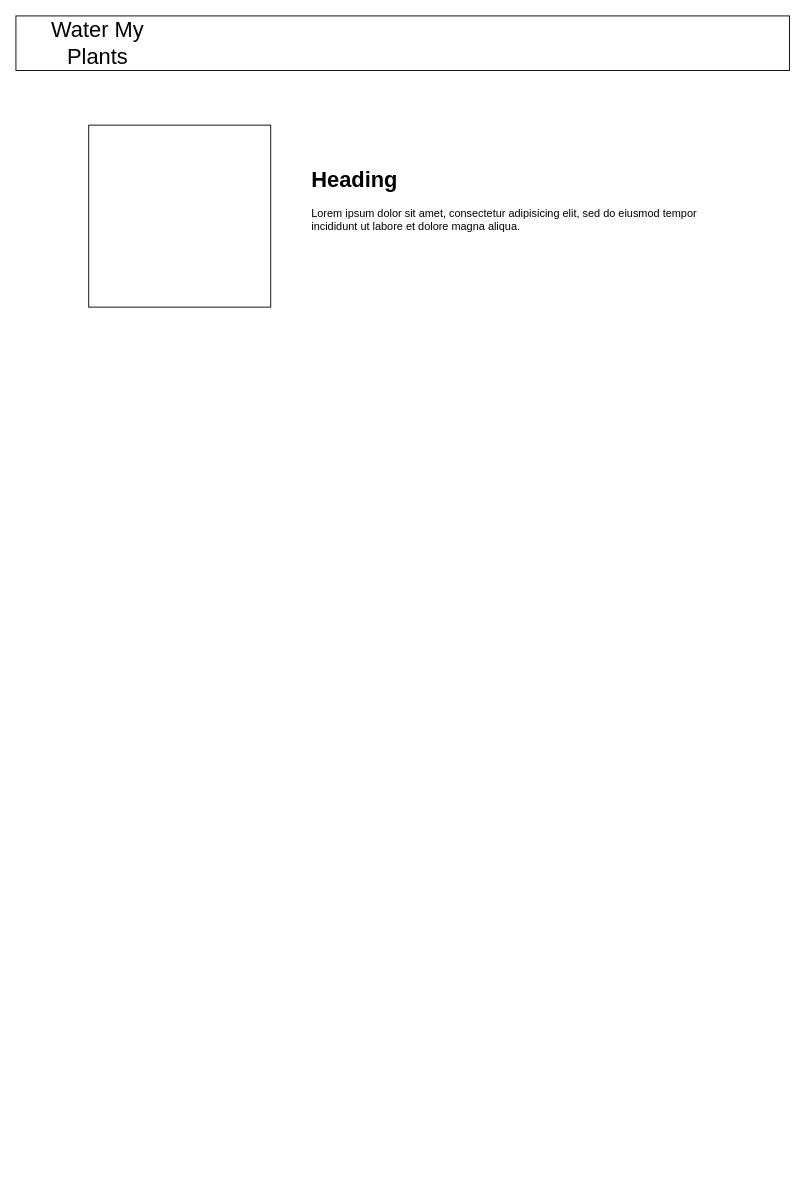
The draw.io diagram page "Plants" (5 of 7) of Diagram.drawio in Build-Week-watermyplants-4/front-end, before the edit. Source tidied: cells renumbered, new cells numbered last; positions are measured from the earlier drawing's top-left corner, leaving out a move shared by most shapes. Both pictures are drawn from the tidied source at 91%, with x=0, y=0 at pixel (15, 15).
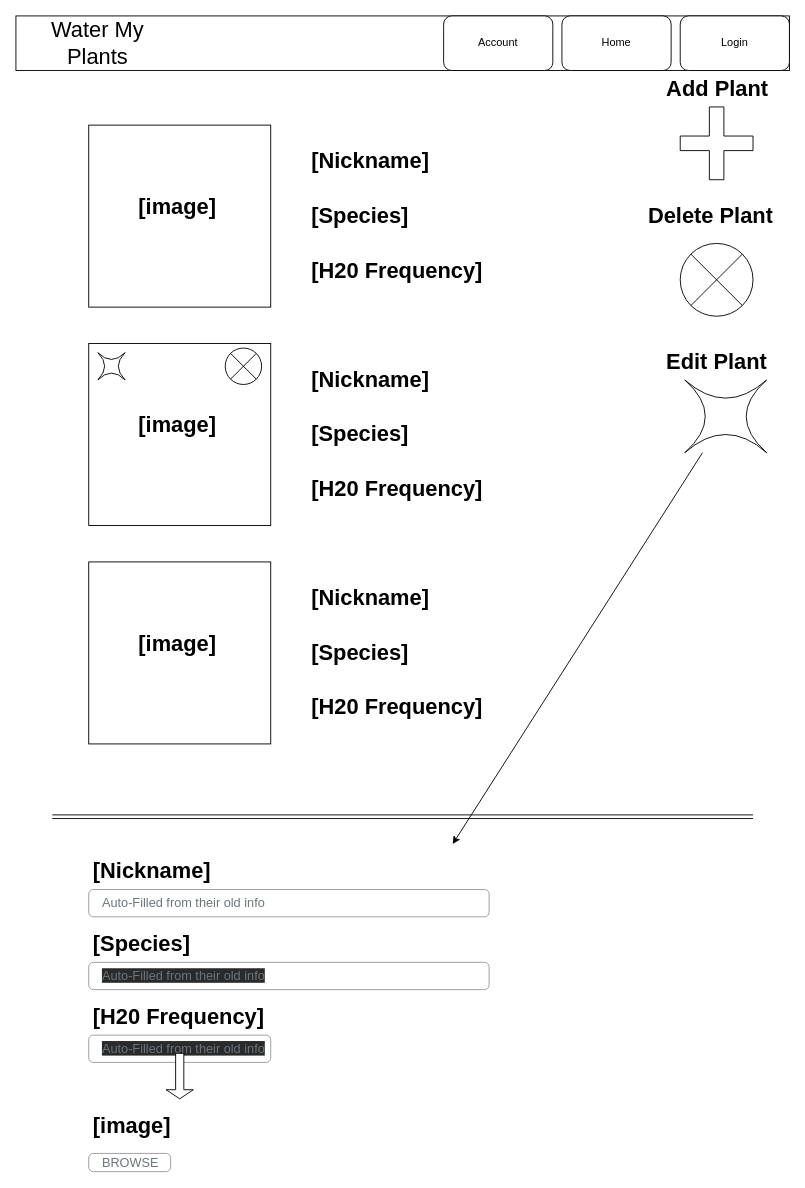
The same page after the edit.

Change to the diagram source:
```diff
@@
-    <mxCell id="5" value="&lt;h1&gt;Heading&lt;/h1&gt;&lt;p&gt;Lorem ipsum dolor sit amet, consectetur adipisicing elit, sed do eiusmod tempor incididunt ut labore et dolore magna aliqua.&lt;/p&gt;" style="text;html=1;strokeColor=none;fillColor=none;spacing=5;spacingTop=-20;whiteSpace=wrap;overflow=hidden;rounded=0;" parent="1" vertex="1">
-      <mxGeometry x="320" y="160" width="440" height="370" as="geometry" />
+    <mxCell id="5" value="&lt;h1&gt;[Nickname]&lt;/h1&gt;" style="text;html=1;strokeColor=none;fillColor=none;spacing=5;spacingTop=-20;whiteSpace=wrap;overflow=hidden;rounded=0;" parent="1" vertex="1">
+      <mxGeometry x="320" y="140" width="140" height="40" as="geometry" />
     </mxCell>
+    <mxCell id="6" value="&lt;h1&gt;[Species]&lt;/h1&gt;" style="text;html=1;strokeColor=none;fillColor=none;spacing=5;spacingTop=-20;whiteSpace=wrap;overflow=hidden;rounded=0;" parent="1" vertex="1">
+      <mxGeometry x="320" y="200" width="140" height="40" as="geometry" />
+    </mxCell>
+    <mxCell id="7" value="&lt;h1&gt;[H20 Frequency]&lt;/h1&gt;" style="text;html=1;strokeColor=none;fillColor=none;spacing=5;spacingTop=-20;whiteSpace=wrap;overflow=hidden;rounded=0;" parent="1" vertex="1">
+      <mxGeometry x="320" y="260" width="200" height="40" as="geometry" />
+    </mxCell>
+    <mxCell id="8" value="&lt;h1&gt;[image]&lt;/h1&gt;" style="text;html=1;strokeColor=none;fillColor=none;spacing=5;spacingTop=-20;whiteSpace=wrap;overflow=hidden;rounded=0;" parent="1" vertex="1">
+      <mxGeometry x="130" y="190" width="140" height="40" as="geometry" />
+    </mxCell>
+    <mxCell id="9" style="shape=cross;whiteSpace=wrap;html=1;fontSize=10;" parent="1" vertex="1">
+      <mxGeometry x="730" y="100" width="80" height="80" as="geometry" />
+    </mxCell>
+    <mxCell id="10" value="&lt;h1&gt;Add Plant&lt;/h1&gt;" style="text;html=1;strokeColor=none;fillColor=none;spacing=5;spacingTop=-20;whiteSpace=wrap;overflow=hidden;rounded=0;" parent="1" vertex="1">
+      <mxGeometry x="710" y="60" width="140" height="40" as="geometry" />
+    </mxCell>
+    <mxCell id="11" style="shape=sumEllipse;perimeter=ellipsePerimeter;whiteSpace=wrap;html=1;backgroundOutline=1;fontSize=10;" parent="1" vertex="1">
+      <mxGeometry x="730" y="250" width="80" height="80" as="geometry" />
+    </mxCell>
+    <mxCell id="12" value="&lt;h1&gt;Delete Plant&lt;/h1&gt;" style="text;html=1;strokeColor=none;fillColor=none;spacing=5;spacingTop=-20;whiteSpace=wrap;overflow=hidden;rounded=0;" parent="1" vertex="1">
+      <mxGeometry x="690" y="200" width="160" height="40" as="geometry" />
+    </mxCell>
+    <mxCell id="13" style="shape=switch;whiteSpace=wrap;html=1;fontSize=10;" parent="1" vertex="1">
+      <mxGeometry x="735" y="400" width="90" height="80" as="geometry" />
+    </mxCell>
+    <mxCell id="14" value="&lt;h1&gt;Edit Plant&lt;/h1&gt;" style="text;html=1;strokeColor=none;fillColor=none;spacing=5;spacingTop=-20;whiteSpace=wrap;overflow=hidden;rounded=0;" parent="1" vertex="1">
+      <mxGeometry x="710" y="360" width="135" height="40" as="geometry" />
+    </mxCell>
+    <mxCell id="15" style="whiteSpace=wrap;html=1;" parent="1" vertex="1">
+      <mxGeometry x="80" y="360" width="200" height="200" as="geometry" />
+    </mxCell>
+    <mxCell id="16" value="&lt;h1&gt;[Nickname]&lt;/h1&gt;" style="text;html=1;strokeColor=none;fillColor=none;spacing=5;spacingTop=-20;whiteSpace=wrap;overflow=hidden;rounded=0;" parent="1" vertex="1">
+      <mxGeometry x="320" y="380" width="140" height="40" as="geometry" />
+    </mxCell>
+    <mxCell id="17" value="&lt;h1&gt;[Species]&lt;/h1&gt;" style="text;html=1;strokeColor=none;fillColor=none;spacing=5;spacingTop=-20;whiteSpace=wrap;overflow=hidden;rounded=0;" parent="1" vertex="1">
+      <mxGeometry x="320" y="440" width="140" height="40" as="geometry" />
+    </mxCell>
+    <mxCell id="18" value="&lt;h1&gt;[H20 Frequency]&lt;/h1&gt;" style="text;html=1;strokeColor=none;fillColor=none;spacing=5;spacingTop=-20;whiteSpace=wrap;overflow=hidden;rounded=0;" parent="1" vertex="1">
+      <mxGeometry x="320" y="500" width="200" height="40" as="geometry" />
+    </mxCell>
+    <mxCell id="19" value="&lt;h1&gt;[image]&lt;/h1&gt;" style="text;html=1;strokeColor=none;fillColor=none;spacing=5;spacingTop=-20;whiteSpace=wrap;overflow=hidden;rounded=0;" parent="1" vertex="1">
+      <mxGeometry x="130" y="430" width="140" height="40" as="geometry" />
+    </mxCell>
+    <mxCell id="20" style="whiteSpace=wrap;html=1;" parent="1" vertex="1">
+      <mxGeometry x="80" y="600" width="200" height="200" as="geometry" />
+    </mxCell>
+    <mxCell id="21" value="&lt;h1&gt;[Nickname]&lt;/h1&gt;" style="text;html=1;strokeColor=none;fillColor=none;spacing=5;spacingTop=-20;whiteSpace=wrap;overflow=hidden;rounded=0;" parent="1" vertex="1">
+      <mxGeometry x="320" y="620" width="140" height="40" as="geometry" />
+    </mxCell>
+    <mxCell id="22" value="&lt;h1&gt;[Species]&lt;/h1&gt;" style="text;html=1;strokeColor=none;fillColor=none;spacing=5;spacingTop=-20;whiteSpace=wrap;overflow=hidden;rounded=0;" parent="1" vertex="1">
+      <mxGeometry x="320" y="680" width="140" height="40" as="geometry" />
+    </mxCell>
+    <mxCell id="23" value="&lt;h1&gt;[H20 Frequency]&lt;/h1&gt;" style="text;html=1;strokeColor=none;fillColor=none;spacing=5;spacingTop=-20;whiteSpace=wrap;overflow=hidden;rounded=0;" parent="1" vertex="1">
+      <mxGeometry x="320" y="740" width="200" height="40" as="geometry" />
+    </mxCell>
+    <mxCell id="24" value="&lt;h1&gt;[image]&lt;/h1&gt;" style="text;html=1;strokeColor=none;fillColor=none;spacing=5;spacingTop=-20;whiteSpace=wrap;overflow=hidden;rounded=0;" parent="1" vertex="1">
+      <mxGeometry x="130" y="670" width="140" height="40" as="geometry" />
+    </mxCell>
+    <mxCell id="25" style="shape=switch;whiteSpace=wrap;html=1;fontSize=10;" parent="1" vertex="1">
+      <mxGeometry x="90" y="370" width="30" height="30" as="geometry" />
+    </mxCell>
+    <mxCell id="26" style="shape=sumEllipse;perimeter=ellipsePerimeter;whiteSpace=wrap;html=1;backgroundOutline=1;fontSize=10;" parent="1" vertex="1">
+      <mxGeometry x="230" y="365" width="40" height="40" as="geometry" />
+    </mxCell>
+    <mxCell id="27" value="&lt;h1&gt;[Nickname]&lt;/h1&gt;" style="text;html=1;strokeColor=none;fillColor=none;spacing=5;spacingTop=-20;whiteSpace=wrap;overflow=hidden;rounded=0;" parent="1" vertex="1">
+      <mxGeometry x="80" y="920" width="140" height="40" as="geometry" />
+    </mxCell>
+    <mxCell id="28" value="&lt;h1&gt;[Species]&lt;/h1&gt;" style="text;html=1;strokeColor=none;fillColor=none;spacing=5;spacingTop=-20;whiteSpace=wrap;overflow=hidden;rounded=0;" parent="1" vertex="1">
+      <mxGeometry x="80" y="1000" width="140" height="40" as="geometry" />
+    </mxCell>
+    <mxCell id="29" value="&lt;h1&gt;[H20 Frequency]&lt;/h1&gt;" style="text;html=1;strokeColor=none;fillColor=none;spacing=5;spacingTop=-20;whiteSpace=wrap;overflow=hidden;rounded=0;" parent="1" vertex="1">
+      <mxGeometry x="80" y="1080" width="200" height="40" as="geometry" />
+    </mxCell>
+    <mxCell id="30" value="&lt;h1&gt;[image]&lt;/h1&gt;" style="text;html=1;strokeColor=none;fillColor=none;spacing=5;spacingTop=-20;whiteSpace=wrap;overflow=hidden;rounded=0;" parent="1" vertex="1">
+      <mxGeometry x="80" y="1200" width="100" height="40" as="geometry" />
+    </mxCell>
+    <mxCell id="31" value="Auto-Filled from their old info" style="html=1;shadow=0;dashed=0;shape=mxgraph.bootstrap.rrect;rSize=5;fillColor=none;strokeColor=#999999;align=left;spacing=15;fontSize=14;fontColor=#6C767D;" parent="1" vertex="1">
+      <mxGeometry x="80" y="960" width="440" height="30" as="geometry" />
+    </mxCell>
+    <mxCell id="32" value="&#10;&#10;&lt;span style=&quot;color: rgb(108, 118, 125); font-family: helvetica; font-size: 14px; font-style: normal; font-weight: 400; letter-spacing: normal; text-align: left; text-indent: 0px; text-transform: none; word-spacing: 0px; background-color: rgb(42, 42, 42); display: inline; float: none;&quot;&gt;Auto-Filled from their old info&lt;/span&gt;&#10;&#10;" style="html=1;shadow=0;dashed=0;shape=mxgraph.bootstrap.rrect;rSize=5;fillColor=none;strokeColor=#999999;align=left;spacing=15;fontSize=14;fontColor=#6C767D;" parent="1" vertex="1">
+      <mxGeometry x="80" y="1040" width="440" height="30" as="geometry" />
+    </mxCell>
+    <mxCell id="33" value="&#10;&#10;&lt;span style=&quot;color: rgb(108, 118, 125); font-family: helvetica; font-size: 14px; font-style: normal; font-weight: 400; letter-spacing: normal; text-align: left; text-indent: 0px; text-transform: none; word-spacing: 0px; background-color: rgb(42, 42, 42); display: inline; float: none;&quot;&gt;Auto-Filled from their old info&lt;/span&gt;&#10;&#10;" style="html=1;shadow=0;dashed=0;shape=mxgraph.bootstrap.rrect;rSize=5;fillColor=none;strokeColor=#999999;align=left;spacing=15;fontSize=14;fontColor=#6C767D;" parent="1" vertex="1">
+      <mxGeometry x="80" y="1120" width="200" height="30" as="geometry" />
+    </mxCell>
+    <mxCell id="34" style="shape=singleArrow;direction=south;whiteSpace=wrap;html=1;fontSize=10;" parent="1" vertex="1">
+      <mxGeometry x="165" y="1140" width="30" height="50" as="geometry" />
+    </mxCell>
+    <mxCell id="35" value="BROWSE" style="html=1;shadow=0;dashed=0;shape=mxgraph.bootstrap.rrect;rSize=5;fillColor=none;strokeColor=#999999;align=left;spacing=15;fontSize=14;fontColor=#6C767D;" parent="1" vertex="1">
+      <mxGeometry x="80" y="1250" width="90" height="20" as="geometry" />
+    </mxCell>
+    <mxCell id="36" style="shape=link;html=1;fontSize=10;" parent="1" edge="1">
+      <mxGeometry relative="1" as="geometry">
+        <mxPoint x="40" y="880" as="sourcePoint" />
+        <mxPoint x="810" y="880" as="targetPoint" />
+      </mxGeometry>
+    </mxCell>
+    <mxCell id="37" style="endArrow=classic;html=1;fontSize=10;" parent="1" edge="1" source="13">
+      <mxGeometry relative="1" as="geometry">
+        <mxPoint x="480" y="910" as="targetPoint" />
+      </mxGeometry>
+    </mxCell>
+    <mxCell id="38" style="rounded=1;whiteSpace=wrap;html=1;" parent="1" vertex="1">
+      <mxGeometry x="730" width="120" height="60" as="geometry" />
+    </mxCell>
+    <mxCell id="39" value="Login" style="text;html=1;strokeColor=none;fillColor=none;align=center;verticalAlign=middle;whiteSpace=wrap;rounded=0;" parent="1" vertex="1">
+      <mxGeometry x="770" y="20" width="40" height="20" as="geometry" />
+    </mxCell>
+    <mxCell id="40" style="rounded=1;whiteSpace=wrap;html=1;" parent="1" vertex="1">
+      <mxGeometry x="600" width="120" height="60" as="geometry" />
+    </mxCell>
+    <mxCell id="41" value="Home" style="text;html=1;strokeColor=none;fillColor=none;align=center;verticalAlign=middle;whiteSpace=wrap;rounded=0;" parent="1" vertex="1">
+      <mxGeometry x="640" y="20" width="40" height="20" as="geometry" />
+    </mxCell>
+    <mxCell id="42" style="rounded=1;whiteSpace=wrap;html=1;" parent="1" vertex="1">
+      <mxGeometry x="470" width="120" height="60" as="geometry" />
+    </mxCell>
+    <mxCell id="43" value="Account" style="text;html=1;strokeColor=none;fillColor=none;align=center;verticalAlign=middle;whiteSpace=wrap;rounded=0;" parent="1" vertex="1">
+      <mxGeometry x="510" y="20" width="40" height="20" as="geometry" />
+    </mxCell>
```
